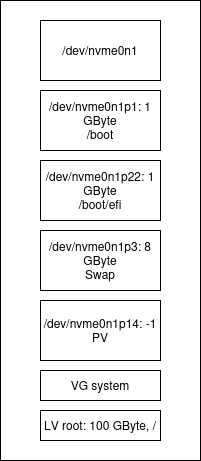
This is assets/disklayout-4.drawio.png from osism/node-image, a draw.io export, as it was before one commit. Source tidied: cells renumbered, new cells last; positions are measured from the earlier drawing's top-left corner, leaving out a move shared by most shapes.
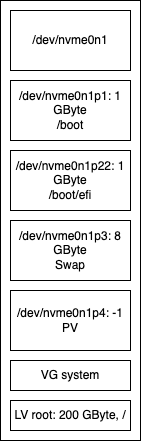
Later version of the same file.

Change to the diagram source:
```diff
@@ -3,7 +3,7 @@
     <mxCell id="0" />
     <mxCell id="1" parent="0" />
     <mxCell id="2" style="rounded=0;whiteSpace=wrap;html=1;" parent="1" vertex="1">
-      <mxGeometry width="200" height="460" as="geometry" />
+      <mxGeometry x="30" y="10" width="140" height="440" as="geometry" />
     </mxCell>
     <mxCell id="3" value="/dev/nvme0n1" style="rounded=0;whiteSpace=wrap;html=1;" parent="1" vertex="1">
       <mxGeometry x="40" y="20" width="120" height="60" as="geometry" />
@@ -17,13 +17,13 @@
     <mxCell id="6" value="/dev/nvme0n1p3: 8 GByte&lt;br&gt;Swap" style="rounded=0;whiteSpace=wrap;html=1;" parent="1" vertex="1">
       <mxGeometry x="40" y="230" width="120" height="60" as="geometry" />
     </mxCell>
-    <mxCell id="7" value="/dev/nvme0n1p14: -1&lt;br&gt;PV" style="rounded=0;whiteSpace=wrap;html=1;" parent="1" vertex="1">
+    <mxCell id="7" value="/dev/nvme0n1p4: -1&lt;br&gt;PV" style="rounded=0;whiteSpace=wrap;html=1;" parent="1" vertex="1">
       <mxGeometry x="40" y="300" width="120" height="60" as="geometry" />
     </mxCell>
     <mxCell id="8" value="VG system" style="rounded=0;whiteSpace=wrap;html=1;" parent="1" vertex="1">
       <mxGeometry x="40" y="370" width="120" height="30" as="geometry" />
     </mxCell>
-    <mxCell id="9" value="LV root: 100 GByte, /" style="rounded=0;whiteSpace=wrap;html=1;align=center;labelPosition=center;verticalLabelPosition=middle;verticalAlign=middle;" parent="1" vertex="1">
+    <mxCell id="9" value="LV root: 200 GByte, /" style="rounded=0;whiteSpace=wrap;html=1;align=center;labelPosition=center;verticalLabelPosition=middle;verticalAlign=middle;" parent="1" vertex="1">
       <mxGeometry x="40" y="410" width="120" height="30" as="geometry" />
     </mxCell>
   </root>
```
